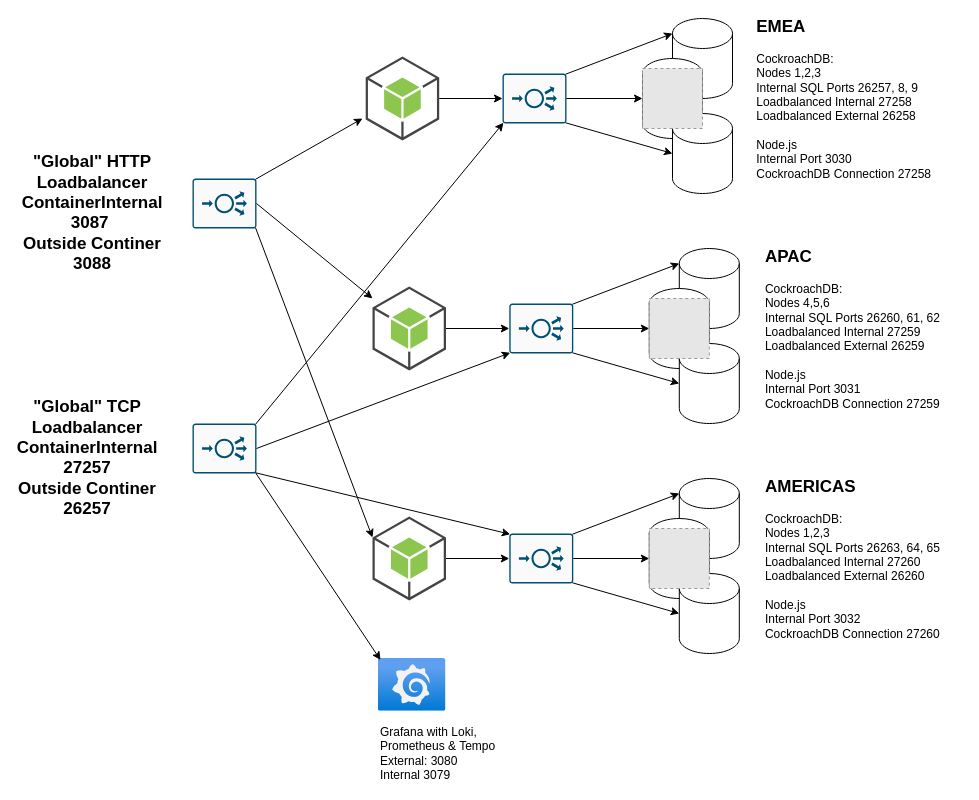
The draw.io diagram allinone/setup.drawio in digitalemil/Sourdough, before the edit. Source tidied: cells renumbered, new cells numbered last; positions are measured from the earlier drawing's top-left corner, leaving out a move shared by most shapes. Both pictures are drawn from the tidied source at 100%, with x=0, y=0 at pixel (52, 18). Pictures stored in the file or linked from it are replaced by grey dashed boxes.
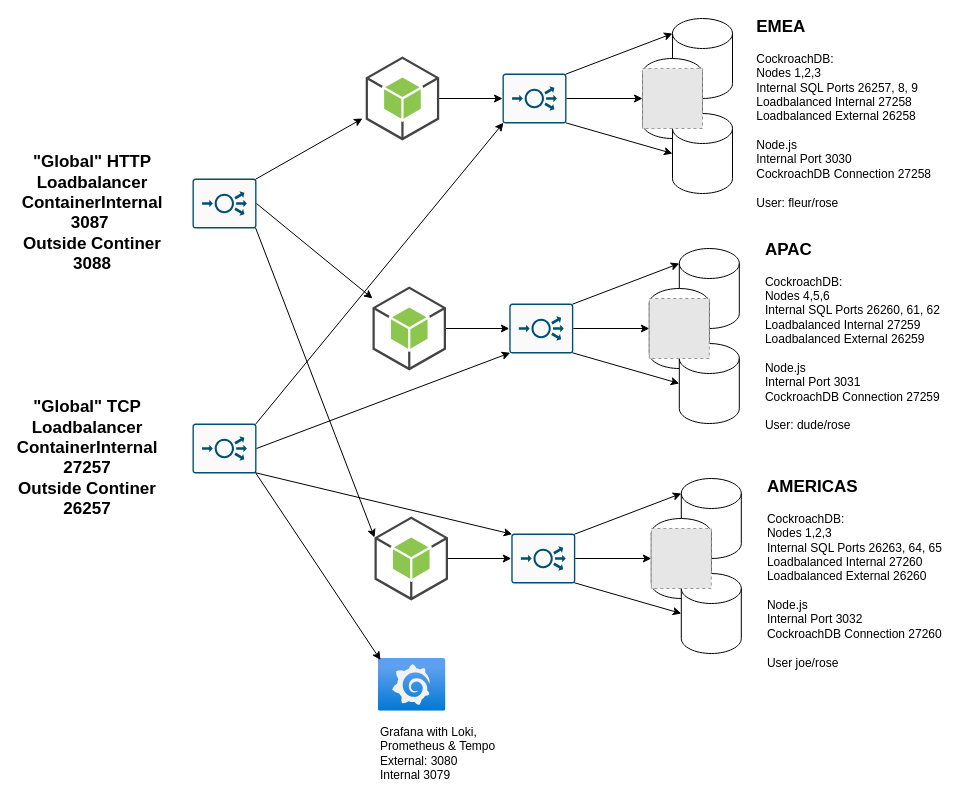
The same page after the edit.

Unchanged cells that the change refers to:
```xml
<mxCell id="5" style="group;" parent="1" vertex="1">
  <mxGeometry x="313.2" width="586.8" height="175" as="geometry" />
</mxCell>
<mxCell id="17" style="group;" parent="1" vertex="1">
  <mxGeometry x="320" y="230" width="586.8" height="175" as="geometry" />
</mxCell>
```

Diff of the diagram source:
```diff
@@
-    <mxCell id="8" value="&lt;div style=&quot;text-align: left;&quot;&gt;&lt;span style=&quot;font-size: 17px; font-weight: bold; background-color: initial;&quot;&gt;EMEA&lt;/span&gt;&lt;/div&gt;&lt;font style=&quot;&quot;&gt;&lt;div style=&quot;text-align: left;&quot;&gt;&lt;span style=&quot;background-color: initial;&quot;&gt;&lt;br&gt;&lt;/span&gt;&lt;/div&gt;&lt;div style=&quot;text-align: left;&quot;&gt;&lt;span style=&quot;background-color: initial;&quot;&gt;CockroachDB:&lt;/span&gt;&lt;/div&gt;&lt;div style=&quot;text-align: left;&quot;&gt;&lt;span style=&quot;background-color: initial;&quot;&gt;Nodes 1,2,3&lt;/span&gt;&lt;/div&gt;&lt;div style=&quot;text-align: left;&quot;&gt;&lt;span style=&quot;background-color: initial;&quot;&gt;Internal SQL Ports 26257, 8, 9&lt;/span&gt;&lt;/div&gt;&lt;div style=&quot;text-align: left;&quot;&gt;&lt;span style=&quot;background-color: initial;&quot;&gt;Loadbalanced Internal 27258&lt;/span&gt;&lt;/div&gt;&lt;div style=&quot;text-align: left;&quot;&gt;&lt;div style=&quot;border-color: var(--border-color);&quot;&gt;Loadbalanced External 26258&lt;br&gt;&lt;br&gt;&lt;/div&gt;&lt;div style=&quot;border-color: var(--border-color);&quot;&gt;Node.js&lt;/div&gt;&lt;div style=&quot;border-color: var(--border-color);&quot;&gt;Internal Port 3030&lt;/div&gt;&lt;div style=&quot;border-color: var(--border-color);&quot;&gt;CockroachDB Connection 27258&amp;nbsp;&amp;nbsp;&lt;/div&gt;&lt;div style=&quot;border-color: var(--border-color);&quot;&gt;&lt;br&gt;&lt;/div&gt;&lt;div&gt;&lt;span style=&quot;border-color: var(--border-color); background-color: initial;&quot;&gt;&lt;br&gt;&lt;/span&gt;&lt;/div&gt;&lt;/div&gt;&lt;/font&gt;" style="text;html=1;strokeColor=none;fillColor=none;align=center;verticalAlign=middle;whiteSpace=wrap;rounded=0;" parent="5" vertex="1">
+    <mxCell id="8" value="&lt;div style=&quot;text-align: left;&quot;&gt;&lt;span style=&quot;font-size: 17px; font-weight: bold; background-color: initial;&quot;&gt;EMEA&lt;/span&gt;&lt;/div&gt;&lt;font style=&quot;&quot;&gt;&lt;div style=&quot;text-align: left;&quot;&gt;&lt;span style=&quot;background-color: initial;&quot;&gt;&lt;br&gt;&lt;/span&gt;&lt;/div&gt;&lt;div style=&quot;text-align: left;&quot;&gt;&lt;span style=&quot;background-color: initial;&quot;&gt;CockroachDB:&lt;/span&gt;&lt;/div&gt;&lt;div style=&quot;text-align: left;&quot;&gt;&lt;span style=&quot;background-color: initial;&quot;&gt;Nodes 1,2,3&lt;/span&gt;&lt;/div&gt;&lt;div style=&quot;text-align: left;&quot;&gt;&lt;span style=&quot;background-color: initial;&quot;&gt;Internal SQL Ports 26257, 8, 9&lt;/span&gt;&lt;/div&gt;&lt;div style=&quot;text-align: left;&quot;&gt;&lt;span style=&quot;background-color: initial;&quot;&gt;Loadbalanced Internal 27258&lt;/span&gt;&lt;/div&gt;&lt;div style=&quot;text-align: left;&quot;&gt;&lt;div style=&quot;border-color: var(--border-color);&quot;&gt;Loadbalanced External 26258&lt;br&gt;&lt;br&gt;&lt;/div&gt;&lt;div style=&quot;border-color: var(--border-color);&quot;&gt;Node.js&lt;/div&gt;&lt;div style=&quot;border-color: var(--border-color);&quot;&gt;Internal Port 3030&lt;/div&gt;&lt;div style=&quot;border-color: var(--border-color);&quot;&gt;CockroachDB Connection 27258&amp;nbsp;&amp;nbsp;&lt;/div&gt;&lt;div style=&quot;border-color: var(--border-color);&quot;&gt;&lt;br&gt;&lt;/div&gt;&lt;div&gt;&lt;span style=&quot;background-color: initial;&quot;&gt;User: fleur/rose&lt;/span&gt;&lt;br&gt;&lt;/div&gt;&lt;/div&gt;&lt;/font&gt;" style="text;html=1;strokeColor=none;fillColor=none;align=center;verticalAlign=middle;whiteSpace=wrap;rounded=0;" parent="5" vertex="1">
       <mxGeometry x="376.8" y="20" width="210" height="150" as="geometry" />
     </mxCell>
@@
-    <mxCell id="20" value="&lt;div style=&quot;text-align: left;&quot;&gt;&lt;span style=&quot;font-size: 17px;&quot;&gt;&lt;b&gt;APAC&lt;/b&gt;&lt;/span&gt;&lt;/div&gt;&lt;font style=&quot;&quot;&gt;&lt;div style=&quot;text-align: left;&quot;&gt;&lt;span style=&quot;background-color: initial;&quot;&gt;&lt;br&gt;&lt;/span&gt;&lt;/div&gt;&lt;div style=&quot;text-align: left;&quot;&gt;&lt;span style=&quot;background-color: initial;&quot;&gt;CockroachDB:&lt;/span&gt;&lt;/div&gt;&lt;div style=&quot;text-align: left;&quot;&gt;&lt;span style=&quot;background-color: initial;&quot;&gt;Nodes 4,5,6&lt;/span&gt;&lt;/div&gt;&lt;div style=&quot;text-align: left;&quot;&gt;&lt;span style=&quot;background-color: initial;&quot;&gt;Internal SQL Ports 26260, 61, 62&lt;/span&gt;&lt;/div&gt;&lt;div style=&quot;text-align: left;&quot;&gt;&lt;span style=&quot;background-color: initial;&quot;&gt;Loadbalanced Internal 27259&lt;/span&gt;&lt;/div&gt;&lt;div style=&quot;text-align: left;&quot;&gt;&lt;div style=&quot;border-color: var(--border-color);&quot;&gt;Loadbalanced External 26259&lt;br&gt;&lt;br&gt;&lt;/div&gt;&lt;div style=&quot;border-color: var(--border-color);&quot;&gt;Node.js&lt;/div&gt;&lt;div style=&quot;border-color: var(--border-color);&quot;&gt;Internal Port 3031&lt;/div&gt;&lt;div style=&quot;border-color: var(--border-color);&quot;&gt;CockroachDB Connection 27259&amp;nbsp;&lt;/div&gt;&lt;div style=&quot;border-color: var(--border-color);&quot;&gt;&lt;br&gt;&lt;/div&gt;&lt;div&gt;&lt;span style=&quot;border-color: var(--border-color); background-color: initial;&quot;&gt;&lt;br&gt;&lt;/span&gt;&lt;/div&gt;&lt;/div&gt;&lt;/font&gt;" style="text;html=1;strokeColor=none;fillColor=none;align=center;verticalAlign=middle;whiteSpace=wrap;rounded=0;" parent="17" vertex="1">
+    <mxCell id="20" value="&lt;div style=&quot;text-align: left;&quot;&gt;&lt;span style=&quot;font-size: 17px;&quot;&gt;&lt;b&gt;APAC&lt;/b&gt;&lt;/span&gt;&lt;/div&gt;&lt;font style=&quot;&quot;&gt;&lt;div style=&quot;text-align: left;&quot;&gt;&lt;span style=&quot;background-color: initial;&quot;&gt;&lt;br&gt;&lt;/span&gt;&lt;/div&gt;&lt;div style=&quot;text-align: left;&quot;&gt;&lt;span style=&quot;background-color: initial;&quot;&gt;CockroachDB:&lt;/span&gt;&lt;/div&gt;&lt;div style=&quot;text-align: left;&quot;&gt;&lt;span style=&quot;background-color: initial;&quot;&gt;Nodes 4,5,6&lt;/span&gt;&lt;/div&gt;&lt;div style=&quot;text-align: left;&quot;&gt;&lt;span style=&quot;background-color: initial;&quot;&gt;Internal SQL Ports 26260, 61, 62&lt;/span&gt;&lt;/div&gt;&lt;div style=&quot;text-align: left;&quot;&gt;&lt;span style=&quot;background-color: initial;&quot;&gt;Loadbalanced Internal 27259&lt;/span&gt;&lt;/div&gt;&lt;div style=&quot;text-align: left;&quot;&gt;&lt;div style=&quot;border-color: var(--border-color);&quot;&gt;Loadbalanced External 26259&lt;br&gt;&lt;br&gt;&lt;/div&gt;&lt;div style=&quot;border-color: var(--border-color);&quot;&gt;Node.js&lt;/div&gt;&lt;div style=&quot;border-color: var(--border-color);&quot;&gt;Internal Port 3031&lt;/div&gt;&lt;div style=&quot;border-color: var(--border-color);&quot;&gt;CockroachDB Connection 27259&amp;nbsp;&lt;/div&gt;&lt;div style=&quot;border-color: var(--border-color);&quot;&gt;&lt;br&gt;&lt;/div&gt;&lt;div&gt;&lt;span style=&quot;border-color: var(--border-color); background-color: initial;&quot;&gt;User: dude/rose&lt;/span&gt;&lt;/div&gt;&lt;div&gt;&lt;span style=&quot;border-color: var(--border-color); background-color: initial;&quot;&gt;&lt;br&gt;&lt;/span&gt;&lt;/div&gt;&lt;/div&gt;&lt;/font&gt;" style="text;html=1;strokeColor=none;fillColor=none;align=center;verticalAlign=middle;whiteSpace=wrap;rounded=0;" parent="17" vertex="1">
       <mxGeometry x="376.8" y="20" width="210" height="150" as="geometry" />
     </mxCell>
@@
     <mxCell id="29" style="group;" parent="1" vertex="1">
-      <mxGeometry x="320" y="460" width="586.8" height="175" as="geometry" />
+      <mxGeometry x="322" y="460" width="586.8" height="175" as="geometry" />
     </mxCell>
@@
-    <mxCell id="32" value="&lt;div style=&quot;text-align: left;&quot;&gt;&lt;span style=&quot;font-size: 17px;&quot;&gt;&lt;b&gt;AMERICAS&lt;/b&gt;&lt;/span&gt;&lt;/div&gt;&lt;font style=&quot;&quot;&gt;&lt;div style=&quot;text-align: left;&quot;&gt;&lt;span style=&quot;background-color: initial;&quot;&gt;&lt;br&gt;&lt;/span&gt;&lt;/div&gt;&lt;div style=&quot;text-align: left;&quot;&gt;&lt;span style=&quot;background-color: initial;&quot;&gt;CockroachDB:&lt;/span&gt;&lt;/div&gt;&lt;div style=&quot;text-align: left;&quot;&gt;&lt;span style=&quot;background-color: initial;&quot;&gt;Nodes 1,2,3&lt;/span&gt;&lt;/div&gt;&lt;div style=&quot;text-align: left;&quot;&gt;&lt;span style=&quot;background-color: initial;&quot;&gt;Internal SQL Ports 26263, 64, 65&lt;/span&gt;&lt;/div&gt;&lt;div style=&quot;text-align: left;&quot;&gt;&lt;span style=&quot;background-color: initial;&quot;&gt;Loadbalanced Internal 27260&lt;/span&gt;&lt;/div&gt;&lt;div style=&quot;text-align: left;&quot;&gt;&lt;div style=&quot;border-color: var(--border-color);&quot;&gt;Loadbalanced External 26260&lt;br&gt;&lt;br&gt;&lt;/div&gt;&lt;div style=&quot;border-color: var(--border-color);&quot;&gt;Node.js&lt;/div&gt;&lt;div style=&quot;border-color: var(--border-color);&quot;&gt;Internal Port 3032&lt;/div&gt;&lt;div style=&quot;border-color: var(--border-color);&quot;&gt;CockroachDB Connection 27260&amp;nbsp;&lt;/div&gt;&lt;div style=&quot;border-color: var(--border-color);&quot;&gt;&lt;br&gt;&lt;/div&gt;&lt;div&gt;&lt;span style=&quot;border-color: var(--border-color); background-color: initial;&quot;&gt;&lt;br&gt;&lt;/span&gt;&lt;/div&gt;&lt;/div&gt;&lt;/font&gt;" style="text;html=1;strokeColor=none;fillColor=none;align=center;verticalAlign=middle;whiteSpace=wrap;rounded=0;" parent="29" vertex="1">
+    <mxCell id="32" value="&lt;div style=&quot;text-align: left;&quot;&gt;&lt;span style=&quot;font-size: 17px;&quot;&gt;&lt;b&gt;AMERICAS&lt;/b&gt;&lt;/span&gt;&lt;/div&gt;&lt;font style=&quot;&quot;&gt;&lt;div style=&quot;text-align: left;&quot;&gt;&lt;span style=&quot;background-color: initial;&quot;&gt;&lt;br&gt;&lt;/span&gt;&lt;/div&gt;&lt;div style=&quot;text-align: left;&quot;&gt;&lt;span style=&quot;background-color: initial;&quot;&gt;CockroachDB:&lt;/span&gt;&lt;/div&gt;&lt;div style=&quot;text-align: left;&quot;&gt;&lt;span style=&quot;background-color: initial;&quot;&gt;Nodes 1,2,3&lt;/span&gt;&lt;/div&gt;&lt;div style=&quot;text-align: left;&quot;&gt;&lt;span style=&quot;background-color: initial;&quot;&gt;Internal SQL Ports 26263, 64, 65&lt;/span&gt;&lt;/div&gt;&lt;div style=&quot;text-align: left;&quot;&gt;&lt;span style=&quot;background-color: initial;&quot;&gt;Loadbalanced Internal 27260&lt;/span&gt;&lt;/div&gt;&lt;div style=&quot;text-align: left;&quot;&gt;&lt;div style=&quot;border-color: var(--border-color);&quot;&gt;Loadbalanced External 26260&lt;br&gt;&lt;br&gt;&lt;/div&gt;&lt;div style=&quot;border-color: var(--border-color);&quot;&gt;Node.js&lt;/div&gt;&lt;div style=&quot;border-color: var(--border-color);&quot;&gt;Internal Port 3032&lt;/div&gt;&lt;div style=&quot;border-color: var(--border-color);&quot;&gt;CockroachDB Connection 27260&amp;nbsp;&lt;/div&gt;&lt;div style=&quot;border-color: var(--border-color);&quot;&gt;&lt;br&gt;&lt;/div&gt;&lt;div&gt;&lt;span style=&quot;border-color: var(--border-color); background-color: initial;&quot;&gt;User joe/rose&lt;/span&gt;&lt;/div&gt;&lt;/div&gt;&lt;/font&gt;" style="text;html=1;strokeColor=none;fillColor=none;align=center;verticalAlign=middle;whiteSpace=wrap;rounded=0;" parent="29" vertex="1">
       <mxGeometry x="376.8" y="20" width="210" height="150" as="geometry" />
     </mxCell>
```
